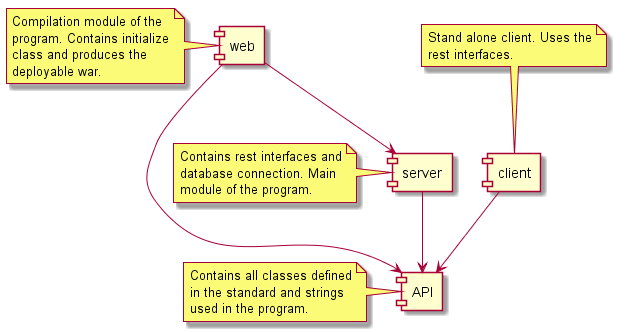
REMEXLabs/OpenAPE keeps this PlantUML diagram as documentation/modulesuml.png. Above is the earlier version. The source it was exported from:
```plantuml
@startuml
[API]
[server]
[web]
[client]
note left of [API]
	Contains all classes defined
	in the standard and strings
	used in the program.
end note
note left of [server]
	Contains rest interfaces and
	database connection. Main
	module of the program.
end note
note left of [web]
	Compilation module of the
	program. Contains initialize
	class and produces the
	deployable war.
end note
note top of [client]
	Stand alone client. Uses the
	rest interfaces.
end note
[server] --> [API]
[web] --> [API]
[web] --> [server]
[client] --> [API]
@enduml
```
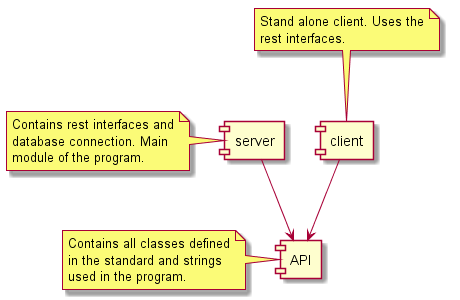
After the commit.

Commit message:
update timetable and module uml

What changed in the source:
```diff
@@ -1,7 +1,6 @@
 @startuml
 [API]
 [server]
-[web]
 [client]
 note left of [API]
 	Contains all classes defined
@@ -13,18 +12,10 @@
 	database connection. Main
 	module of the program.
 end note
-note left of [web]
-	Compilation module of the
-	program. Contains initialize
-	class and produces the
-	deployable war.
-end note
 note top of [client]
 	Stand alone client. Uses the
 	rest interfaces.
 end note
 [server] --> [API]
-[web] --> [API]
-[web] --> [server]
 [client] --> [API]
 @enduml
```
